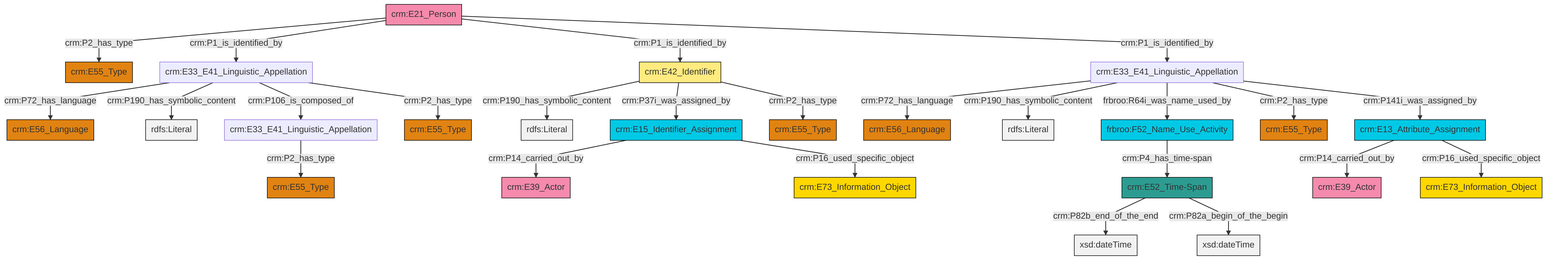
Before: et/personCSV/ttl/mmd/png/Person_Names_and_Classification.png, a diagram exported from Mermaid (swiss-art-research-net/docs.swissartresearch). Its source is kept beside it as et/personCSV/ttl/mmd/Person_Names_and_Classification.ttl.mmd.
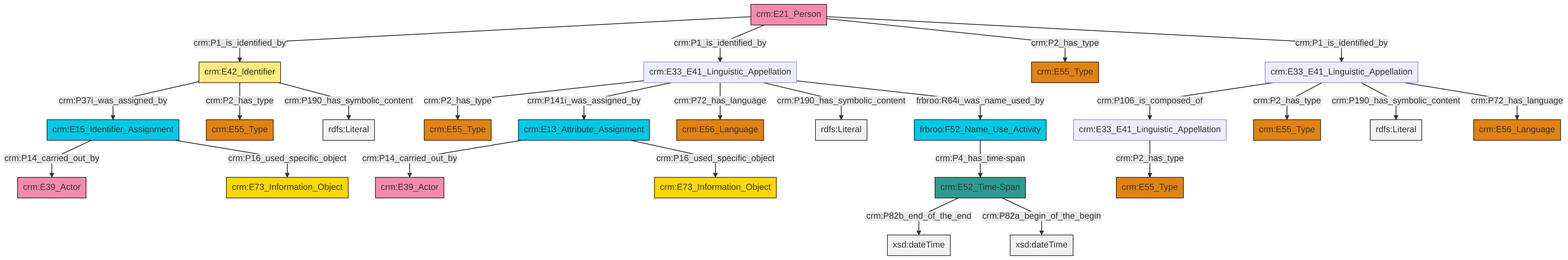
Later version of the same file.

The edit, as a diff of the source:
```diff
@@ -13,27 +13,27 @@
 classDef PC_Classes fill:#4ce600, stroke:#000000;
 classDef Multi fill:#cccccc,stroke:#000000;
 
-0["crm:E33_E41_Linguistic_Appellation"]:::Default -->|crm:P72_has_language| 1["crm:E56_Language"]:::Type
-2["crm:E42_Identifier"]:::Appellation -->|crm:P190_has_symbolic_content| 3[rdfs:Literal]:::Literal
-7["crm:E52_Time-Span"]:::Time-Span -->|crm:P82b_end_of_the_end| 8[xsd:dateTime]:::Literal
-5["crm:E21_Person"]:::Actor -->|crm:P2_has_type| 11["crm:E55_Type"]:::Type
-0["crm:E33_E41_Linguistic_Appellation"]:::Default -->|crm:P190_has_symbolic_content| 14[rdfs:Literal]:::Literal
-15["crm:E33_E41_Linguistic_Appellation"]:::Default -->|crm:P72_has_language| 16["crm:E56_Language"]:::Type
-2["crm:E42_Identifier"]:::Appellation -->|crm:P37i_was_assigned_by| 18["crm:E15_Identifier_Assignment"]:::Temporal_Entity
-19["frbroo:F52_Name_Use_Activity"]:::Temporal_Entity -->|crm:P4_has_time-span| 7["crm:E52_Time-Span"]:::Time-Span
-22["crm:E13_Attribute_Assignment"]:::Temporal_Entity -->|crm:P14_carried_out_by| 23["crm:E39_Actor"]:::Actor
-0["crm:E33_E41_Linguistic_Appellation"]:::Default -->|frbroo:R64i_was_name_used_by| 19["frbroo:F52_Name_Use_Activity"]:::Temporal_Entity
-2["crm:E42_Identifier"]:::Appellation -->|crm:P2_has_type| 20["crm:E55_Type"]:::Type
-15["crm:E33_E41_Linguistic_Appellation"]:::Default -->|crm:P190_has_symbolic_content| 26[rdfs:Literal]:::Literal
-18["crm:E15_Identifier_Assignment"]:::Temporal_Entity -->|crm:P14_carried_out_by| 27["crm:E39_Actor"]:::Actor
-15["crm:E33_E41_Linguistic_Appellation"]:::Default -->|crm:P106_is_composed_of| 12["crm:E33_E41_Linguistic_Appellation"]:::Default
-12["crm:E33_E41_Linguistic_Appellation"]:::Default -->|crm:P2_has_type| 28["crm:E55_Type"]:::Type
-7["crm:E52_Time-Span"]:::Time-Span -->|crm:P82a_begin_of_the_begin| 30[xsd:dateTime]:::Literal
-15["crm:E33_E41_Linguistic_Appellation"]:::Default -->|crm:P2_has_type| 9["crm:E55_Type"]:::Type
-0["crm:E33_E41_Linguistic_Appellation"]:::Default -->|crm:P2_has_type| 32["crm:E55_Type"]:::Type
-22["crm:E13_Attribute_Assignment"]:::Temporal_Entity -->|crm:P16_used_specific_object| 35["crm:E73_Information_Object"]:::Conceptual_Object
-18["crm:E15_Identifier_Assignment"]:::Temporal_Entity -->|crm:P16_used_specific_object| 24["crm:E73_Information_Object"]:::Conceptual_Object
-5["crm:E21_Person"]:::Actor -->|crm:P1_is_identified_by| 15["crm:E33_E41_Linguistic_Appellation"]:::Default
-0["crm:E33_E41_Linguistic_Appellation"]:::Default -->|crm:P141i_was_assigned_by| 22["crm:E13_Attribute_Assignment"]:::Temporal_Entity
-5["crm:E21_Person"]:::Actor -->|crm:P1_is_identified_by| 2["crm:E42_Identifier"]:::Appellation
-5["crm:E21_Person"]:::Actor -->|crm:P1_is_identified_by| 0["crm:E33_E41_Linguistic_Appellation"]:::Default
+0["crm:E33_E41_Linguistic_Appellation"]:::Default -->|crm:P2_has_type| 1["crm:E55_Type"]:::Type
+2["crm:E52_Time-Span"]:::Time-Span -->|crm:P82b_end_of_the_end| 3[xsd:dateTime]:::Literal
+2["crm:E52_Time-Span"]:::Time-Span -->|crm:P82a_begin_of_the_begin| 4[xsd:dateTime]:::Literal
+5["crm:E42_Identifier"]:::Appellation -->|crm:P37i_was_assigned_by| 6["crm:E15_Identifier_Assignment"]:::Temporal_Entity
+10["crm:E33_E41_Linguistic_Appellation"]:::Default -->|crm:P106_is_composed_of| 11["crm:E33_E41_Linguistic_Appellation"]:::Default
+0["crm:E33_E41_Linguistic_Appellation"]:::Default -->|crm:P141i_was_assigned_by| 15["crm:E13_Attribute_Assignment"]:::Temporal_Entity
+8["frbroo:F52_Name_Use_Activity"]:::Temporal_Entity -->|crm:P4_has_time-span| 2["crm:E52_Time-Span"]:::Time-Span
+15["crm:E13_Attribute_Assignment"]:::Temporal_Entity -->|crm:P14_carried_out_by| 21["crm:E39_Actor"]:::Actor
+5["crm:E42_Identifier"]:::Appellation -->|crm:P2_has_type| 24["crm:E55_Type"]:::Type
+25["crm:E21_Person"]:::Actor -->|crm:P1_is_identified_by| 5["crm:E42_Identifier"]:::Appellation
+0["crm:E33_E41_Linguistic_Appellation"]:::Default -->|crm:P72_has_language| 28["crm:E56_Language"]:::Type
+25["crm:E21_Person"]:::Actor -->|crm:P1_is_identified_by| 0["crm:E33_E41_Linguistic_Appellation"]:::Default
+15["crm:E13_Attribute_Assignment"]:::Temporal_Entity -->|crm:P16_used_specific_object| 19["crm:E73_Information_Object"]:::Conceptual_Object
+25["crm:E21_Person"]:::Actor -->|crm:P2_has_type| 22["crm:E55_Type"]:::Type
+10["crm:E33_E41_Linguistic_Appellation"]:::Default -->|crm:P2_has_type| 29["crm:E55_Type"]:::Type
+11["crm:E33_E41_Linguistic_Appellation"]:::Default -->|crm:P2_has_type| 34["crm:E55_Type"]:::Type
+0["crm:E33_E41_Linguistic_Appellation"]:::Default -->|crm:P190_has_symbolic_content| 37[rdfs:Literal]:::Literal
+0["crm:E33_E41_Linguistic_Appellation"]:::Default -->|frbroo:R64i_was_name_used_by| 8["frbroo:F52_Name_Use_Activity"]:::Temporal_Entity
+10["crm:E33_E41_Linguistic_Appellation"]:::Default -->|crm:P190_has_symbolic_content| 43[rdfs:Literal]:::Literal
+6["crm:E15_Identifier_Assignment"]:::Temporal_Entity -->|crm:P14_carried_out_by| 32["crm:E39_Actor"]:::Actor
+6["crm:E15_Identifier_Assignment"]:::Temporal_Entity -->|crm:P16_used_specific_object| 13["crm:E73_Information_Object"]:::Conceptual_Object
+5["crm:E42_Identifier"]:::Appellation -->|crm:P190_has_symbolic_content| 44[rdfs:Literal]:::Literal
+25["crm:E21_Person"]:::Actor -->|crm:P1_is_identified_by| 10["crm:E33_E41_Linguistic_Appellation"]:::Default
+10["crm:E33_E41_Linguistic_Appellation"]:::Default -->|crm:P72_has_language| 40["crm:E56_Language"]:::Type
```
